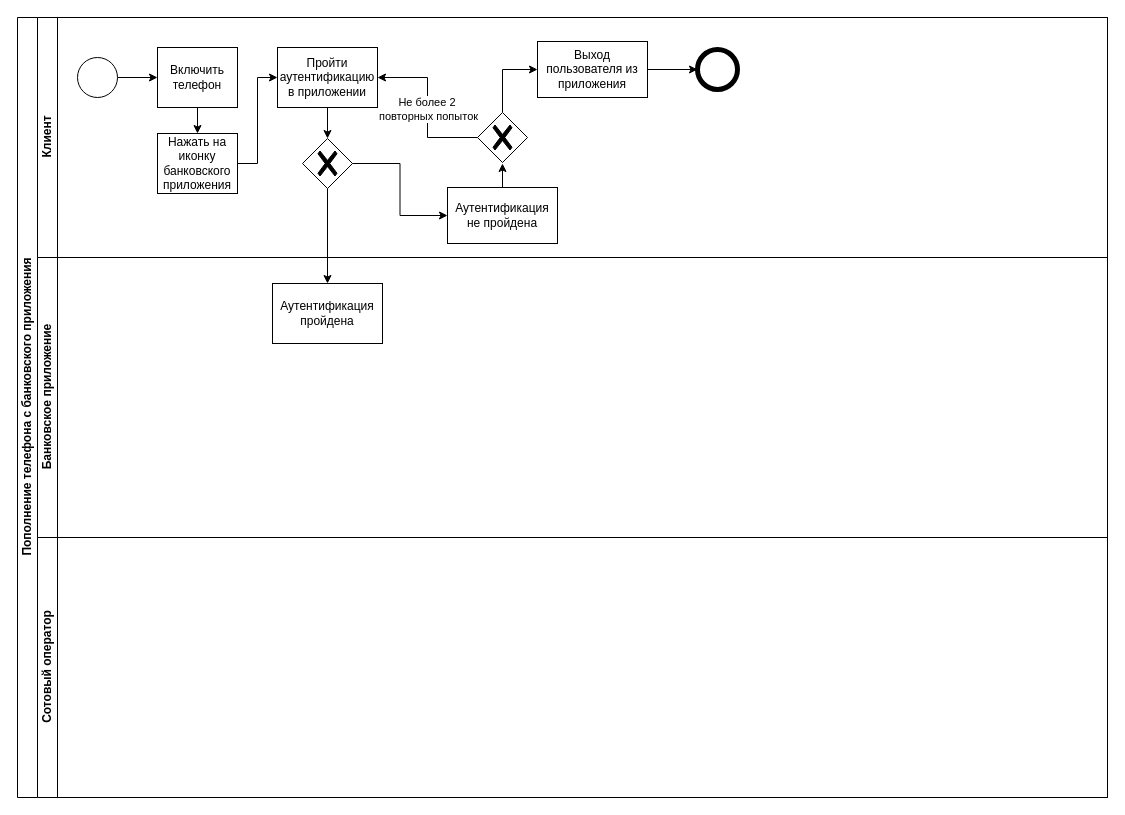
pytonuserouner/UML_study keeps this draw.io diagram as BPMN для тестового задания.drawio. Above is the earlier version. Source tidied: cells renumbered, new cells numbered last; positions are measured from the earlier drawing's top-left corner, leaving out a move shared by most shapes. Both pictures are drawn from the tidied source at 100%, with x=0, y=0 at pixel (17, 17).
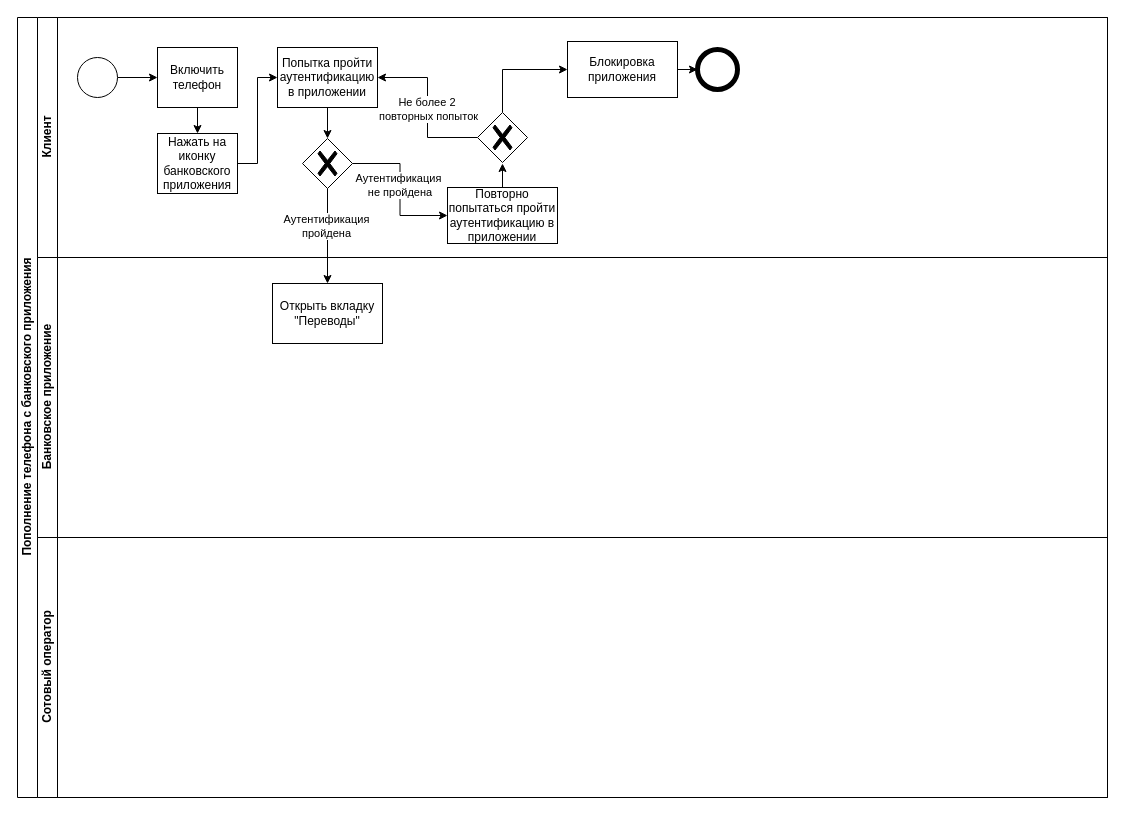
After the change.

Unchanged cells that the change refers to:
```xml
<mxCell id="3" value="Клиент" style="swimlane;html=1;startSize=20;horizontal=0;" parent="2" vertex="1">
  <mxGeometry x="20" width="1070" height="240" as="geometry" />
</mxCell>
<mxCell id="12" style="edgeStyle=orthogonalEdgeStyle;rounded=0;jettySize=auto;html=1;exitX=1;exitY=0.5;exitDx=0;exitDy=0;exitPerimeter=0;entryX=0;entryY=0.5;entryDx=0;entryDy=0;" parent="3" edge="1" source="13" target="16">
  <mxGeometry relative="1" as="geometry" />
</mxCell>
<mxCell id="23" value="Банковское приложение" style="swimlane;html=1;startSize=20;horizontal=0;" parent="2" vertex="1">
  <mxGeometry x="20" y="240" width="1070" height="280" as="geometry" />
</mxCell>
<mxCell id="26" style="edgeStyle=orthogonalEdgeStyle;rounded=0;jettySize=auto;html=1;exitX=0.5;exitY=1;exitDx=0;exitDy=0;exitPerimeter=0;entryX=0.5;entryY=0;entryDx=0;entryDy=0;" parent="2" edge="1" source="13" target="24">
  <mxGeometry relative="1" as="geometry" />
</mxCell>
```

The edit, as a diff of the source:
```diff
@@
-    <mxCell id="11" value="Пройти аутентификацию в приложении" style="rounded=0;whiteSpace=wrap;html=1;fontFamily=Helvetica;fontSize=12;fontColor=#000000;align=center;" parent="3" vertex="1">
+    <mxCell id="11" value="Попытка пройти аутентификацию в приложении" style="rounded=0;whiteSpace=wrap;html=1;fontFamily=Helvetica;fontSize=12;fontColor=#000000;align=center;" parent="3" vertex="1">
       <mxGeometry x="240" y="30" width="100" height="60" as="geometry" />
     </mxCell>
@@
+    <mxCell id="27" value="Аутентификация&lt;div&gt;&amp;nbsp;не пройдена&lt;/div&gt;" style="edgeLabel;html=1;align=center;verticalAlign=middle;" parent="12" vertex="1">
+      <mxGeometry x="-0.06" y="-2" relative="1" as="geometry" />
+    </mxCell>
@@
-    <mxCell id="16" value="Аутентификация не пройдена" style="rounded=0;whiteSpace=wrap;html=1;fontFamily=Helvetica;fontSize=12;fontColor=#000000;align=center;" parent="3" vertex="1">
+    <mxCell id="16" value="Повторно попытаться пройти аутентификацию в приложении" style="rounded=0;whiteSpace=wrap;html=1;fontFamily=Helvetica;fontSize=12;fontColor=#000000;align=center;" parent="3" vertex="1">
       <mxGeometry x="410" y="170" width="110" height="56" as="geometry" />
     </mxCell>
@@
-    <mxCell id="22" value="Выход пользователя из приложения" style="rounded=0;whiteSpace=wrap;html=1;fontFamily=Helvetica;fontSize=12;fontColor=#000000;align=center;" parent="3" vertex="1">
-      <mxGeometry x="500" y="24" width="110" height="56" as="geometry" />
+    <mxCell id="22" value="Блокировка приложения" style="rounded=0;whiteSpace=wrap;html=1;fontFamily=Helvetica;fontSize=12;fontColor=#000000;align=center;" parent="3" vertex="1">
+      <mxGeometry x="530" y="24" width="110" height="56" as="geometry" />
     </mxCell>
@@
-    <mxCell id="24" value="Аутентификация пройдена" style="rounded=0;whiteSpace=wrap;html=1;fontFamily=Helvetica;fontSize=12;fontColor=#000000;align=center;" parent="23" vertex="1">
+    <mxCell id="24" value="Открыть вкладку &quot;Переводы&quot;" style="rounded=0;whiteSpace=wrap;html=1;fontFamily=Helvetica;fontSize=12;fontColor=#000000;align=center;" parent="23" vertex="1">
       <mxGeometry x="235" y="26" width="110" height="60" as="geometry" />
     </mxCell>
@@
+    <mxCell id="28" value="Аутентификация&lt;div&gt;пройдена&lt;/div&gt;" style="edgeLabel;html=1;align=center;verticalAlign=middle;" parent="26" vertex="1">
+      <mxGeometry x="-0.22" y="-2" relative="1" as="geometry" />
+    </mxCell>
```
